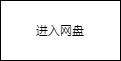
deepinsea/draw keeps this draw.io diagram as 数据流图.png. Above is the earlier version. Source tidied: cells renumbered, new cells last; positions are measured from the earlier drawing's top-left corner, leaving out a move shared by most shapes.
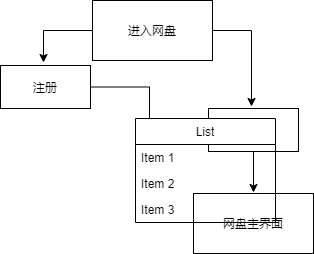
The same diagram one commit later.

Commit message:
更新数据流图.png

The edit, as a diff of the source:
```diff
@@ -2,8 +2,50 @@
   <root>
     <mxCell id="0" />
     <mxCell id="1" parent="0" />
+    <mxCell id="3" style="edgeStyle=orthogonalEdgeStyle;rounded=0;jettySize=auto;html=1;" parent="1" edge="1" source="2">
+      <mxGeometry relative="1" as="geometry">
+        <mxPoint x="-49" y="62" as="targetPoint" />
+        <Array as="points">
+          <mxPoint x="-49" y="30" />
+        </Array>
+      </mxGeometry>
+    </mxCell>
+    <mxCell id="4" style="edgeStyle=orthogonalEdgeStyle;rounded=0;jettySize=auto;html=1;exitX=1;exitY=0.5;exitDx=0;exitDy=0;" parent="1" edge="1" source="2">
+      <mxGeometry relative="1" as="geometry">
+        <mxPoint x="159" y="106" as="targetPoint" />
+      </mxGeometry>
+    </mxCell>
     <mxCell id="2" value="进入网盘" style="rounded=0;whiteSpace=wrap;html=1;" parent="1" vertex="1">
       <mxGeometry width="120" height="60" as="geometry" />
     </mxCell>
+    <mxCell id="5" style="edgeStyle=orthogonalEdgeStyle;rounded=0;jettySize=auto;html=1;entryX=0;entryY=0.5;entryDx=0;entryDy=0;" parent="1" edge="1" source="6" target="8">
+      <mxGeometry relative="1" as="geometry" />
+    </mxCell>
+    <mxCell id="6" value="注册" style="rounded=0;whiteSpace=wrap;html=1;" parent="1" vertex="1">
+      <mxGeometry x="-92" y="65" width="90" height="43" as="geometry" />
+    </mxCell>
+    <mxCell id="7" style="edgeStyle=orthogonalEdgeStyle;rounded=0;jettySize=auto;html=1;" parent="1" edge="1" source="8">
+      <mxGeometry relative="1" as="geometry">
+        <mxPoint x="161" y="192" as="targetPoint" />
+      </mxGeometry>
+    </mxCell>
+    <mxCell id="8" value="登录" style="rounded=0;whiteSpace=wrap;html=1;" parent="1" vertex="1">
+      <mxGeometry x="116" y="108" width="90" height="43" as="geometry" />
+    </mxCell>
+    <mxCell id="9" value="网盘主界面" style="rounded=0;whiteSpace=wrap;html=1;" parent="1" vertex="1">
+      <mxGeometry x="101" y="193" width="120" height="60" as="geometry" />
+    </mxCell>
+    <mxCell id="10" value="List" style="swimlane;fontStyle=0;horizontal=1;startSize=26;" parent="1" vertex="1">
+      <mxGeometry x="43" y="118" width="140" height="104" as="geometry" />
+    </mxCell>
+    <mxCell id="11" value="Item 1" style="text;strokeColor=none;fillColor=none;align=left;verticalAlign=top;spacingLeft=4;spacingRight=4;overflow=hidden;" parent="10" vertex="1">
+      <mxGeometry y="26" width="140" height="26" as="geometry" />
+    </mxCell>
+    <mxCell id="12" value="Item 2" style="text;strokeColor=none;fillColor=none;align=left;verticalAlign=top;spacingLeft=4;spacingRight=4;overflow=hidden;" parent="10" vertex="1">
+      <mxGeometry y="52" width="140" height="26" as="geometry" />
+    </mxCell>
+    <mxCell id="13" value="Item 3" style="text;strokeColor=none;fillColor=none;align=left;verticalAlign=top;spacingLeft=4;spacingRight=4;overflow=hidden;" parent="10" vertex="1">
+      <mxGeometry y="78" width="140" height="26" as="geometry" />
+    </mxCell>
   </root>
 </mxGraphModel>
```
